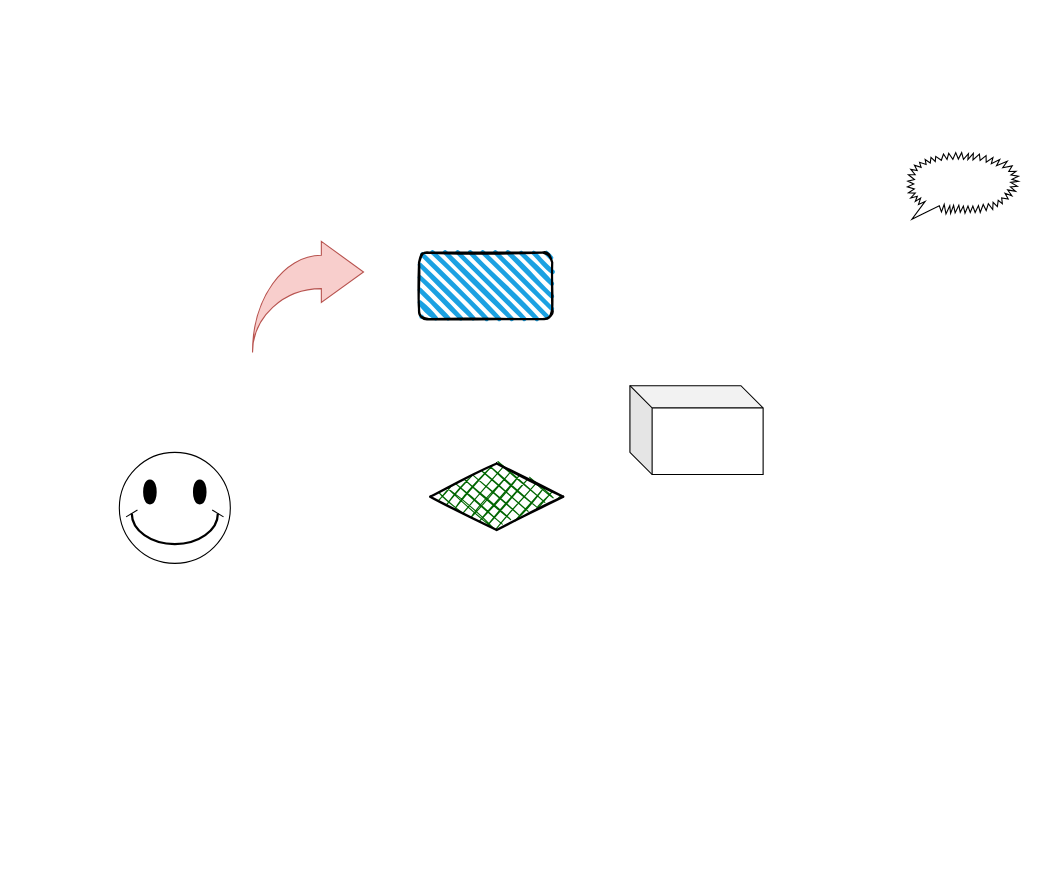
The draw.io diagram Untitled Diagram.drawio in zhangdongxuan/asset, before the edit. Source tidied: cells renumbered, new cells numbered last; positions are measured from the earlier drawing's top-left corner, leaving out a move shared by most shapes. Both pictures are drawn from the tidied source at 111%, with x=0, y=0 at pixel (119, 152).
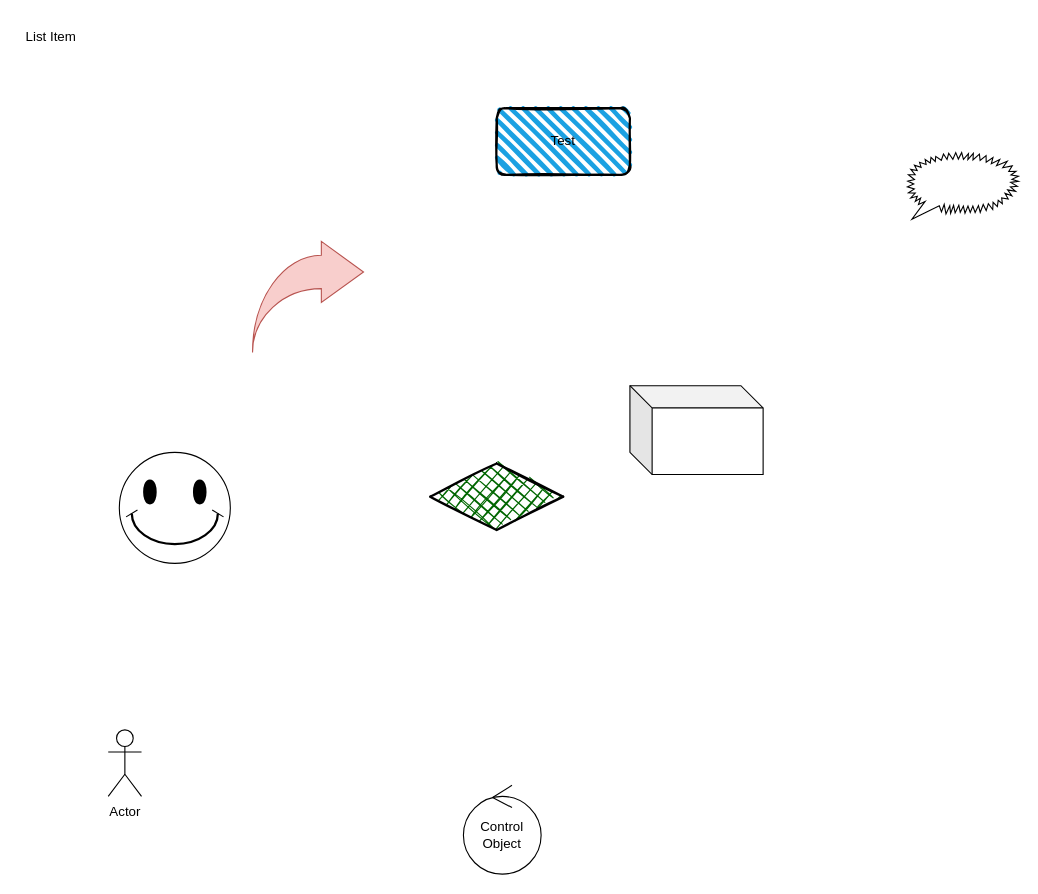
The same diagram, later.

The edit, as a diff of the source:
```diff
@@
 <mxGraphModel>
   <root>
     <mxCell id="0" />
     <mxCell id="1" parent="0" />
     <mxCell id="2" style="shape=cube;whiteSpace=wrap;html=1;boundedLbl=1;backgroundOutline=1;darkOpacity=0.05;darkOpacity2=0.1;" parent="1" vertex="1">
       <mxGeometry x="460" y="210" width="120" height="80" as="geometry" />
     </mxCell>
-    <mxCell id="3" style="rounded=1;whiteSpace=wrap;html=1;strokeWidth=2;fillWeight=4;hachureGap=8;hachureAngle=45;fillColor=#1ba1e2;sketch=1;" parent="1" vertex="1">
-      <mxGeometry x="270" y="90" width="120" height="60" as="geometry" />
+    <mxCell id="3" value="Test" style="rounded=1;whiteSpace=wrap;html=1;strokeWidth=2;fillWeight=4;hachureGap=8;hachureAngle=45;fillColor=#1ba1e2;sketch=1;" parent="1" vertex="1">
+      <mxGeometry x="340" y="-40" width="120" height="60" as="geometry" />
     </mxCell>
     <mxCell id="4" style="rhombus;whiteSpace=wrap;html=1;strokeWidth=2;fillWeight=-1;hachureGap=8;fillStyle=cross-hatch;fillColor=#006600;sketch=1;" parent="1" vertex="1">
       <mxGeometry x="280" y="280" width="120" height="60" as="geometry" />
     </mxCell>
     <mxCell id="5" style="whiteSpace=wrap;html=1;shape=mxgraph.basic.loud_callout;" parent="1" vertex="1">
       <mxGeometry x="710" width="100" height="60" as="geometry" />
     </mxCell>
     <mxCell id="6" style="verticalLabelPosition=bottom;verticalAlign=top;html=1;shape=mxgraph.basic.smiley;" parent="1" vertex="1">
       <mxGeometry y="270" width="100" height="100" as="geometry" />
     </mxCell>
     <mxCell id="7" style="html=1;shadow=0;dashed=0;align=center;verticalAlign=middle;shape=mxgraph.arrows2.jumpInArrow;dy=15;dx=38;arrowHead=55;fillColor=#f8cecc;strokeColor=#b85450;" parent="1" vertex="1">
       <mxGeometry x="120" y="80" width="100" height="100" as="geometry" />
     </mxCell>
+    <mxCell id="8" value="Actor" style="shape=umlActor;verticalLabelPosition=bottom;verticalAlign=top;html=1;" parent="1" vertex="1">
+      <mxGeometry x="-10" y="520" width="30" height="60" as="geometry" />
+    </mxCell>
+    <mxCell id="9" value="Control Object" style="ellipse;shape=umlControl;whiteSpace=wrap;html=1;" parent="1" vertex="1">
+      <mxGeometry x="310" y="570" width="70" height="80" as="geometry" />
+    </mxCell>
+    <mxCell id="10" value="List Item" style="text;strokeColor=none;fillColor=none;align=left;verticalAlign=middle;spacingLeft=4;spacingRight=4;overflow=hidden;" parent="1" vertex="1">
+      <mxGeometry x="-90" y="-120" width="80" height="30" as="geometry" />
+    </mxCell>
   </root>
 </mxGraphModel>
```
